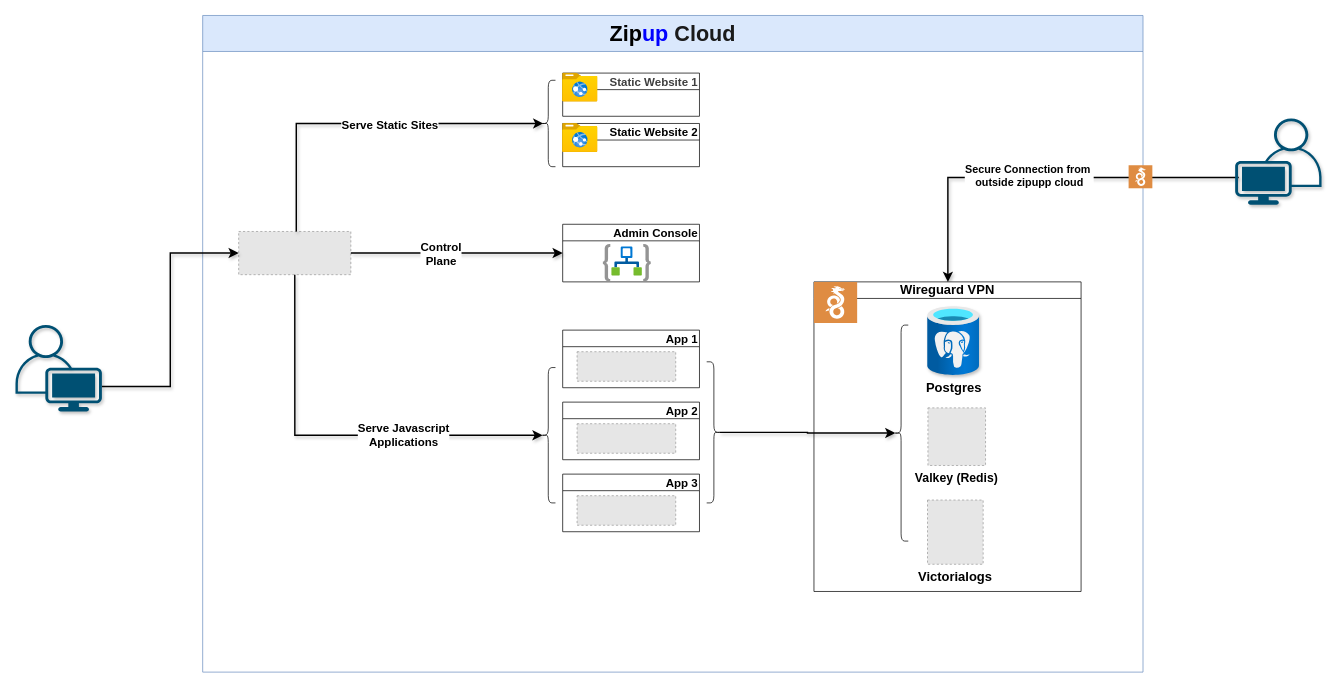
The draw.io diagram docs/zipup.dio in ankitaabad/zipup, before the edit. Source tidied: cells renumbered, new cells numbered last; positions are measured from the earlier drawing's top-left corner, leaving out a move shared by most shapes. Both pictures are drawn from the tidied source at 72%, with x=0, y=0 at pixel (15, 15). Pictures stored in the file or linked from it are replaced by grey dashed boxes.
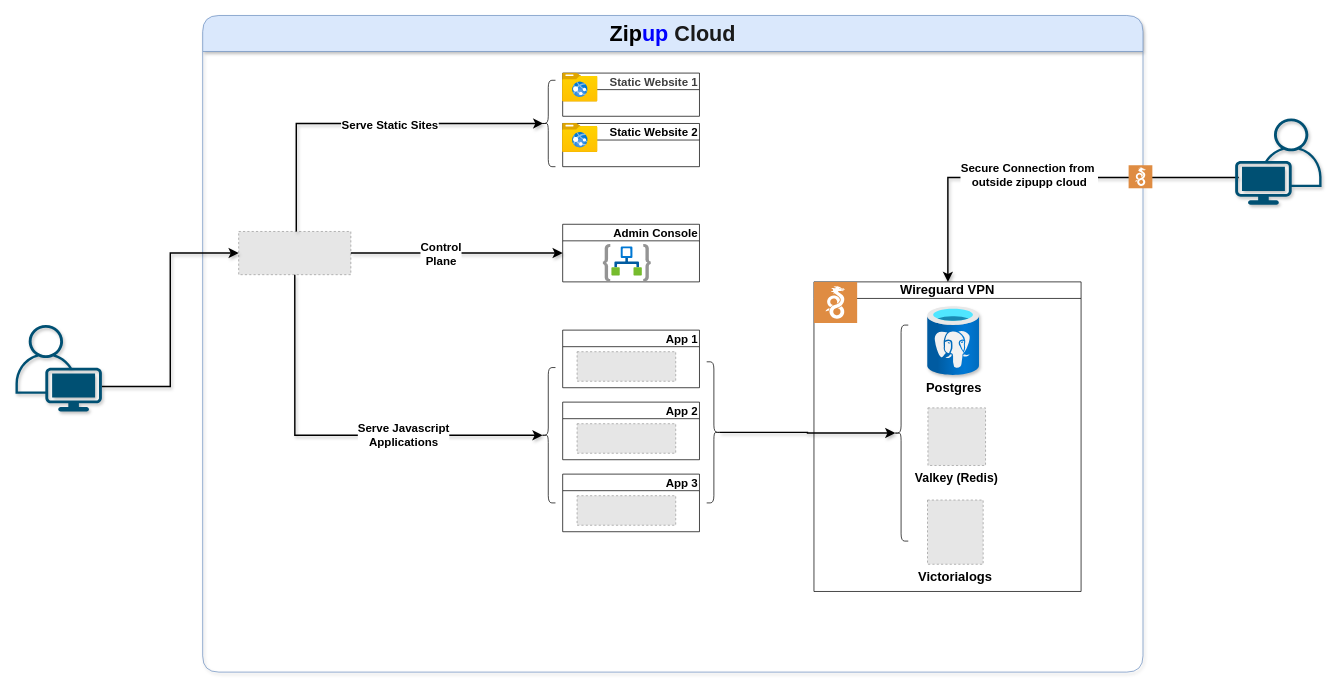
Above is the later version.

The change refers to these unchanged cells:
```xml
<mxCell id="2" style="edgeStyle=elbowEdgeStyle;endArrow=classic;html=1;curved=0;rounded=0;endSize=8;startSize=8;elbow=horizontal;shadow=1;strokeColor=default;strokeWidth=2;align=center;verticalAlign=middle;fontFamily=Helvetica;fontSize=11;fontColor=default;labelBackgroundColor=default;flowAnimation=1;entryX=0.5;entryY=0;entryDx=0;entryDy=0;" parent="1" edge="1" target="5">
  <mxGeometry relative="1" as="geometry">
    <mxPoint x="1699" y="225" as="sourcePoint" />
    <Array as="points">
      <mxPoint x="1295" y="286" />
    </Array>
  </mxGeometry>
</mxCell>
<mxCell id="34" style="edgeStyle=elbowEdgeStyle;endArrow=classic;html=1;curved=0;rounded=0;endSize=8;startSize=8;elbow=horizontal;shadow=1;strokeColor=default;strokeWidth=2;align=center;verticalAlign=middle;fontFamily=Helvetica;fontSize=11;fontColor=default;labelBackgroundColor=default;flowAnimation=1;" parent="4" edge="1">
  <mxGeometry relative="1" as="geometry">
    <mxPoint x="130" y="300" as="sourcePoint" />
    <mxPoint x="473" y="150" as="targetPoint" />
    <Array as="points">
      <mxPoint x="130" y="150" />
    </Array>
  </mxGeometry>
</mxCell>
```

What changed in the source:
```diff
@@
-<mxGraphModel background="#ffffff">
+<mxGraphModel background="#FFFFFF">
@@
-    <mxCell id="3" value="Secure Connection from&amp;nbsp;&lt;div&gt;outside zipupp cloud&lt;/div&gt;" style="edgeLabel;html=1;align=center;verticalAlign=middle;rounded=0;shadow=1;strokeColor=default;strokeWidth=2;fontFamily=Helvetica;fontSize=15;fontColor=default;labelBackgroundColor=default;fontStyle=1;" parent="2" vertex="1">
+    <mxCell id="3" value="Secure Connection from&amp;nbsp;&lt;div&gt;outside zipupp cloud&lt;/div&gt;" style="edgeLabel;html=1;align=center;verticalAlign=middle;rounded=0;shadow=1;strokeColor=default;strokeWidth=2;fontFamily=Helvetica;fontSize=16;fontColor=default;labelBackgroundColor=default;fontStyle=1;fillColor=none;gradientColor=none;" parent="2" vertex="1">
       <mxGeometry y="-1" relative="1" as="geometry">
         <mxPoint x="-17" y="-3" as="offset" />
       </mxGeometry>
     </mxCell>
-    <mxCell id="4" value="&lt;font style=&quot;font-size: 30px;&quot;&gt;Zip&lt;font style=&quot;color: rgb(0, 0, 255);&quot;&gt;up&lt;/font&gt; &lt;font style=&quot;color: rgb(26, 26, 26);&quot;&gt;Cloud&lt;/font&gt;&lt;/font&gt;" style="swimlane;whiteSpace=wrap;html=1;startSize=50;fillColor=#dae8fc;strokeColor=#6c8ebf;" parent="1" vertex="1">
+    <mxCell id="4" value="&lt;font style=&quot;font-size: 30px;&quot;&gt;Zip&lt;font style=&quot;color: rgb(0, 0, 255);&quot;&gt;up&lt;/font&gt; &lt;font style=&quot;color: rgb(26, 26, 26);&quot;&gt;Cloud&lt;/font&gt;&lt;/font&gt;" style="swimlane;whiteSpace=wrap;html=1;startSize=50;fillColor=#dae8fc;strokeColor=#6c8ebf;rounded=1;shadow=1;glass=0;" parent="1" vertex="1">
       <mxGeometry x="260" width="1306" height="912" as="geometry" />
     </mxCell>
@@
-    <mxCell id="35" value="Serve Static Sites" style="edgeLabel;html=1;align=center;verticalAlign=middle;rounded=0;shadow=1;strokeColor=default;strokeWidth=2;fontFamily=Helvetica;fontSize=16;fontColor=default;labelBackgroundColor=default;fontStyle=1;" parent="34" vertex="1">
+    <mxCell id="35" value="&lt;span style=&quot;background-color: rgb(255, 255, 255);&quot;&gt;Serve Static Sites&lt;/span&gt;" style="edgeLabel;html=1;align=center;verticalAlign=middle;rounded=0;shadow=1;strokeColor=default;strokeWidth=2;fontFamily=Helvetica;fontSize=16;fontColor=default;labelBackgroundColor=default;fontStyle=1;" parent="34" vertex="1">
       <mxGeometry x="0.13" y="-1" relative="1" as="geometry" />
     </mxCell>
```
